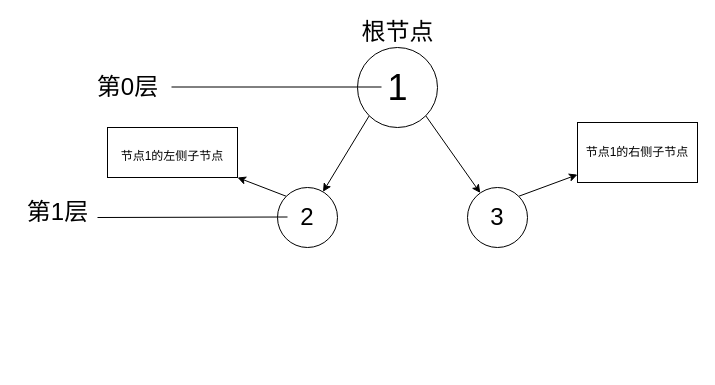
heshihaoCoder/js-data-structure keeps this draw.io diagram as 树数据结构（tree）/tree.drawio. Above is the earlier version. Source tidied: cells renumbered, new cells numbered last; positions are measured from the earlier drawing's top-left corner, leaving out a move shared by most shapes. Both pictures are drawn from the tidied source at 100%, with x=0, y=0 at pixel (17, 17).
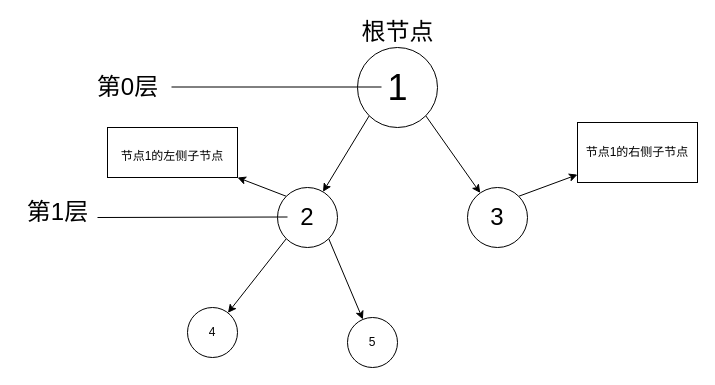
The same diagram, later.

The change refers to these unchanged cells:
```xml
<mxCell id="8" value="2" style="ellipse;whiteSpace=wrap;html=1;fontSize=24;" parent="1" vertex="1">
  <mxGeometry x="260" y="170" width="60" height="60" as="geometry" />
</mxCell>
```

Change to the diagram source:
```diff
@@
+    <mxCell id="17" style="edgeStyle=none;html=1;exitX=0;exitY=1;exitDx=0;exitDy=0;" parent="1" edge="1" source="8" target="19">
+      <mxGeometry relative="1" as="geometry" />
+    </mxCell>
+    <mxCell id="18" style="edgeStyle=none;html=1;exitX=1;exitY=1;exitDx=0;exitDy=0;" parent="1" edge="1" source="8" target="20">
+      <mxGeometry relative="1" as="geometry" />
+    </mxCell>
@@
+    <mxCell id="19" value="4" style="ellipse;whiteSpace=wrap;html=1;" parent="1" vertex="1">
+      <mxGeometry x="170" y="290" width="50" height="50" as="geometry" />
+    </mxCell>
+    <mxCell id="20" value="5" style="ellipse;whiteSpace=wrap;html=1;" parent="1" vertex="1">
+      <mxGeometry x="330" y="300" width="50" height="50" as="geometry" />
+    </mxCell>
```
